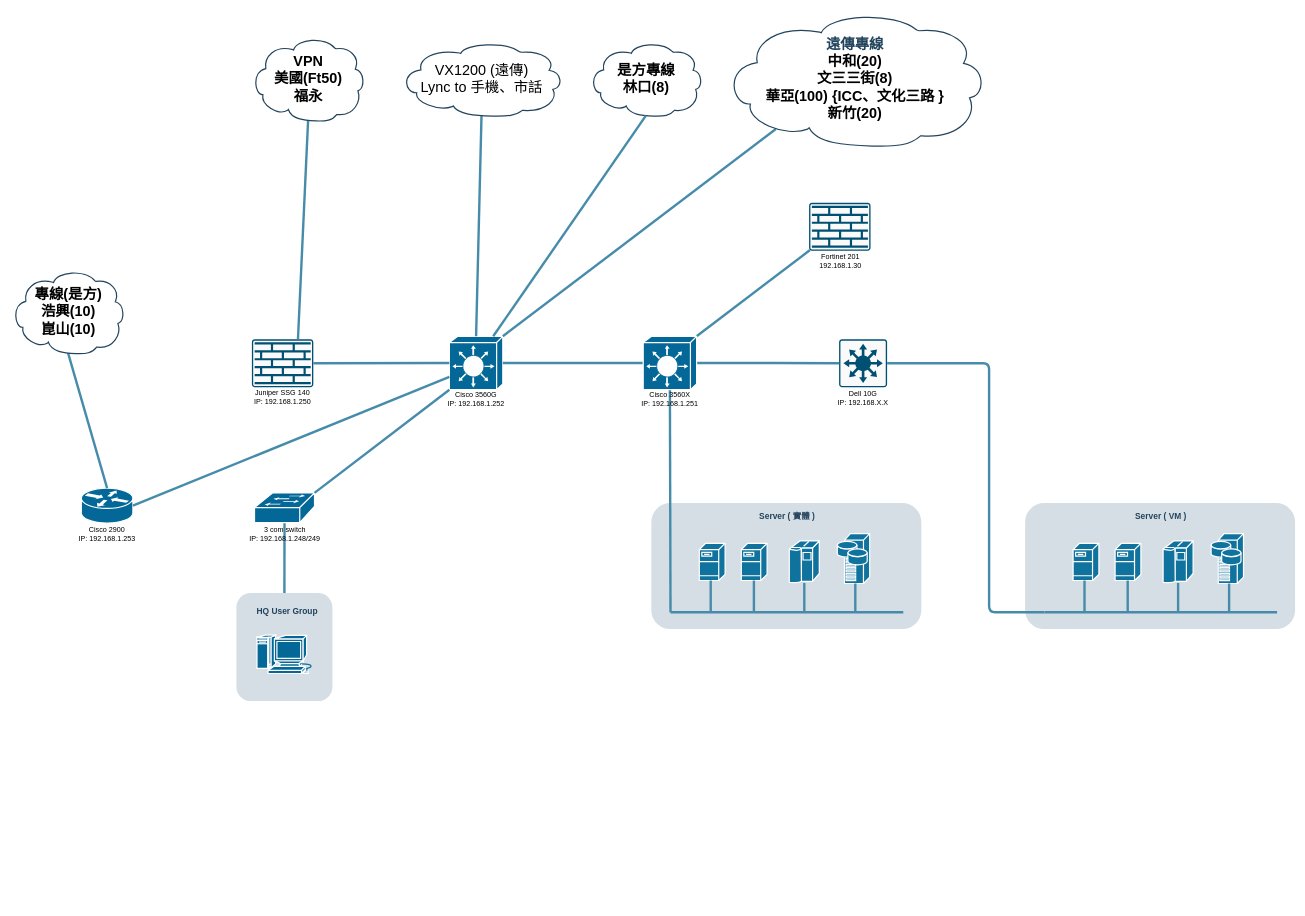
Before: HQ.drawio in KevinKuo2519/AI-Prpgram, a draw.io diagram. Source tidied: cells renumbered, new cells numbered last; positions are measured from the earlier drawing's top-left corner, leaving out a move shared by most shapes. Both pictures are drawn from the tidied source at 60%, with x=0, y=0 at pixel (11, 11).
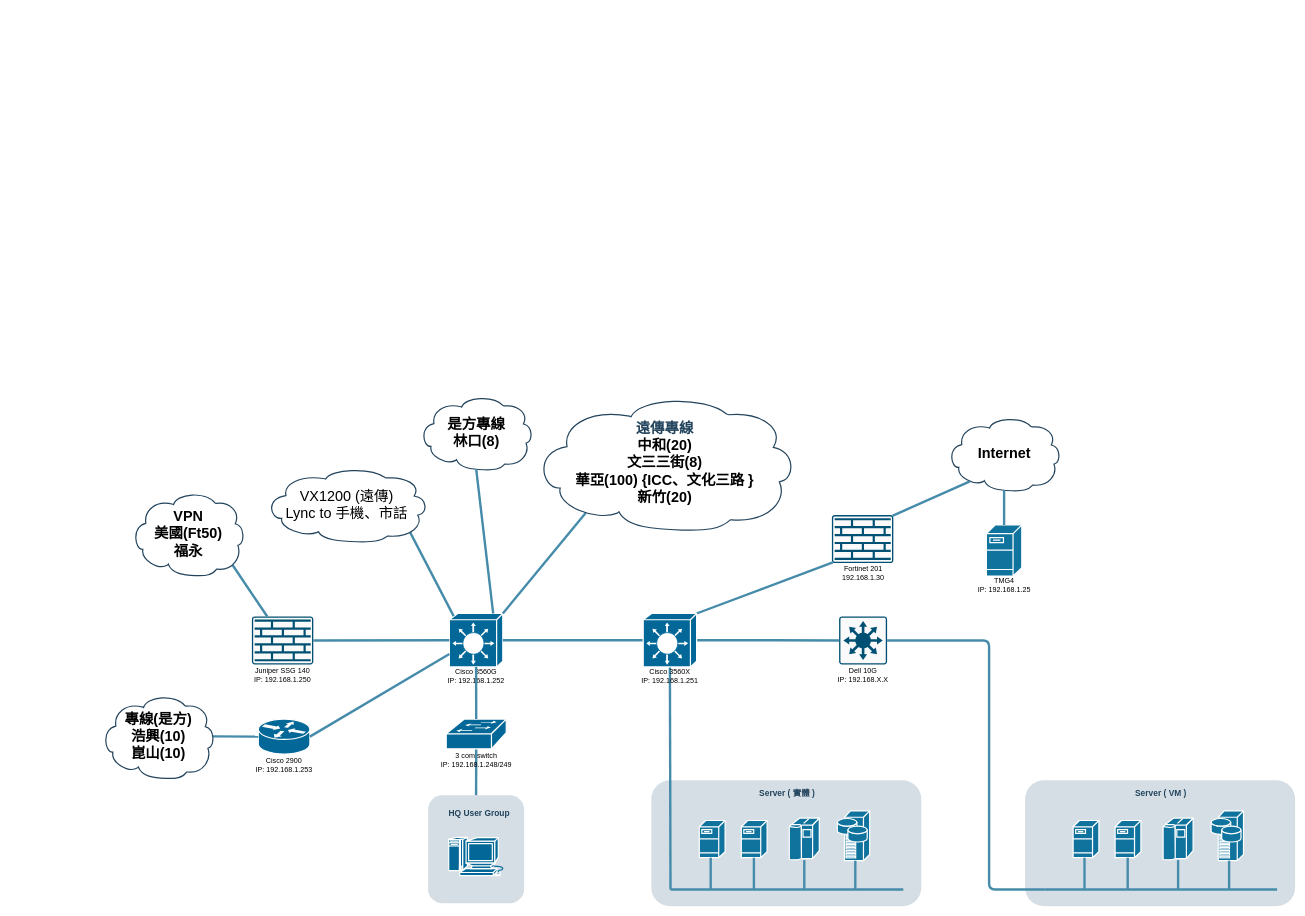
The same page after the edit.

Unchanged cells that the change refers to:
```xml
<mxCell id="16" style="sketch=0;points=[[0.015,0.015,0],[0.985,0.015,0],[0.985,0.985,0],[0.015,0.985,0],[0.25,0,0],[0.5,0,0],[0.75,0,0],[1,0.25,0],[1,0.5,0],[1,0.75,0],[0.75,1,0],[0.5,1,0],[0.25,1,0],[0,0.75,0],[0,0.5,0],[0,0.25,0]];verticalLabelPosition=bottom;html=1;verticalAlign=top;align=center;shape=mxgraph.cisco19.rect;prIcon=firewall;fillColor=#FAFAFA;strokeColor=#005073;" parent="15" vertex="1">
  <mxGeometry x="1.3" width="102.4" height="80" as="geometry" />
</mxCell>
<mxCell id="19" style="shape=mxgraph.cisco.switches.layer_3_switch;sketch=0;html=1;dashed=0;fillColor=#036897;strokeColor=#ffffff;strokeWidth=2;verticalLabelPosition=bottom;verticalAlign=top;align=center;outlineConnect=0;points=[[0,0.5,0,0,0],[0,0.76,0,0,0],[0,1,0,0,0],[0.08,0.05,0,0,0],[0.29,0,0,0,0],[0.5,0,0,0,0],[0.5,1,0,0,0],[0.82,0,0,0,0],[0.95,0.94,0,0,0],[1,0,0,0,0],[1,0.5,0,0,0]];" parent="18" vertex="1">
  <mxGeometry x="10.5" width="89" height="89" as="geometry" />
</mxCell>
<mxCell id="23" style="sketch=0;points=[[0.015,0.015,0],[0.985,0.015,0],[0.985,0.985,0],[0.015,0.985,0],[0.25,0,0],[0.5,0,0],[0.75,0,0],[1,0.25,0],[1,0.5,0],[1,0.75,0],[0.75,1,0],[0.5,1,0],[0.25,1,0],[0,0.75,0],[0,0.5,0],[0,0.25,0]];verticalLabelPosition=bottom;html=1;verticalAlign=top;align=center;shape=mxgraph.cisco19.rect;prIcon=l3_switch;fillColor=#FAFAFA;strokeColor=#005073;" parent="22" vertex="1">
  <mxGeometry x="5" width="80" height="80" as="geometry" />
</mxCell>
<mxCell id="28" style="shape=mxgraph.cisco.routers.router;sketch=0;html=1;dashed=0;fillColor=#036897;strokeColor=#ffffff;strokeWidth=2;verticalLabelPosition=bottom;verticalAlign=top;align=center;outlineConnect=0;" parent="27" vertex="1">
  <mxGeometry x="7" width="86" height="58.4" as="geometry" />
</mxCell>
<mxCell id="31" style="sketch=0;points=[[0.015,0.015,0],[0.985,0.015,0],[0.985,0.985,0],[0.015,0.985,0],[0.25,0,0],[0.5,0,0],[0.75,0,0],[1,0.25,0],[1,0.5,0],[1,0.75,0],[0.75,1,0],[0.5,1,0],[0.25,1,0],[0,0.75,0],[0,0.5,0],[0,0.25,0]];verticalLabelPosition=bottom;html=1;verticalAlign=top;align=center;shape=mxgraph.cisco19.rect;prIcon=firewall;fillColor=#FAFAFA;strokeColor=#005073;" parent="30" vertex="1">
  <mxGeometry x="0.5" width="102.4" height="80" as="geometry" />
</mxCell>
<mxCell id="41" style="line;html=1;strokeColor=#468CAA;" parent="35" vertex="1">
  <mxGeometry x="32" y="177" width="388" height="10" as="geometry" />
</mxCell>
<mxCell id="57" style="shape=mxgraph.cisco.switches.workgroup_switch;sketch=0;html=1;dashed=0;fillColor=#036897;strokeColor=#ffffff;strokeWidth=2;verticalLabelPosition=bottom;verticalAlign=top;align=center;outlineConnect=0;" parent="56" vertex="1">
  <mxGeometry x="12.2" width="100" height="49.5" as="geometry" />
</mxCell>
```

Diff of the diagram source:
```diff
@@
     <mxCell id="2" style="group;" parent="1" vertex="1">
-      <mxGeometry x="1067" y="820" width="450" height="210" as="geometry" />
+      <mxGeometry x="1067" y="1282" width="450" height="210" as="geometry" />
     </mxCell>
@@
     <mxCell id="15" style="group;" parent="1" vertex="1">
-      <mxGeometry x="400" y="547" width="105" height="112" as="geometry" />
+      <mxGeometry x="400" y="1009" width="105" height="112" as="geometry" />
     </mxCell>
@@
     <mxCell id="18" style="group;" parent="1" vertex="1">
-      <mxGeometry x="720" y="542" width="110" height="120" as="geometry" />
+      <mxGeometry x="720" y="1004" width="110" height="120" as="geometry" />
     </mxCell>
@@
     <mxCell id="22" style="group;" parent="1" vertex="1">
-      <mxGeometry x="1375" y="547" width="90" height="113" as="geometry" />
+      <mxGeometry x="1375" y="1009" width="90" height="113" as="geometry" />
     </mxCell>
@@
     <mxCell id="27" style="group;" parent="1" vertex="1">
-      <mxGeometry x="110" y="795" width="100" height="91" as="geometry" />
+      <mxGeometry x="405" y="1180" width="100" height="91" as="geometry" />
     </mxCell>
@@
     <mxCell id="30" style="group;" parent="1" vertex="1">
-      <mxGeometry x="1329.5" y="319.5" width="105" height="112" as="geometry" />
+      <mxGeometry x="1367.5" y="840" width="105" height="112" as="geometry" />
     </mxCell>
@@
     <mxCell id="35" style="group;" parent="1" vertex="1">
-      <mxGeometry x="1690" y="820" width="450" height="210" as="geometry" />
+      <mxGeometry x="1690" y="1282" width="450" height="210" as="geometry" />
     </mxCell>
@@
     <mxCell id="47" style="rounded=1;jettySize=auto;html=1;exitX=1;exitY=0.5;exitDx=0;exitDy=0;exitPerimeter=0;entryX=0;entryY=0.5;entryDx=0;entryDy=0;entryPerimeter=0;strokeWidth=4;strokeColor=#468CAA;edgeStyle=orthogonalEdgeStyle;endArrow=none;endFill=0;" parent="1" edge="1" source="23" target="41">
       <mxGeometry relative="1" as="geometry">
         <Array as="points">
-          <mxPoint x="1630" y="587" />
-          <mxPoint x="1630" y="1002" />
+          <mxPoint x="1630" y="1049" />
+          <mxPoint x="1630" y="1464" />
         </Array>
       </mxGeometry>
     </mxCell>
@@
     <mxCell id="49" value="&lt;p style=&quot;margin-top: 0pt; margin-bottom: 0pt; margin-left: 0in; direction: ltr; unicode-bidi: embed; word-break: normal; font-size: 23px;&quot;&gt;&lt;/p&gt;&lt;p style=&quot;margin-top: 0pt; margin-bottom: 0pt; margin-left: 0in; direction: ltr; unicode-bidi: embed; word-break: normal;&quot;&gt;遠傳專線&lt;/p&gt;&lt;span style=&quot;background-color: initial; font-size: 18pt; color: black;&quot;&gt;中和&lt;/span&gt;&lt;span style=&quot;background-color: initial; font-family: 微軟正黑體; color: black;&quot;&gt;(20)&lt;/span&gt;&lt;br&gt;&lt;span style=&quot;background-color: initial; font-size: 18pt; color: black;&quot;&gt;文三三街&lt;/span&gt;&lt;span style=&quot;background-color: initial; font-family: 微軟正黑體; color: black;&quot;&gt;(8)&lt;/span&gt;&lt;br&gt;&lt;p style=&quot;margin-top: 0pt; margin-bottom: 0pt; margin-left: 0in; direction: ltr; unicode-bidi: embed; word-break: normal;&quot;&gt;&lt;span style=&quot;font-size:18.0pt;&lt;br/&gt;font-family:微軟正黑體;mso-ascii-font-family:微軟正黑體;mso-fareast-font-family:微軟正黑體;&lt;br/&gt;mso-bidi-font-family:+mn-cs;mso-bidi-theme-font:minor-bidi;color:black;&lt;br/&gt;mso-color-index:1;mso-font-kerning:12.0pt;language:zh-TW;mso-style-textfill-type:&lt;br/&gt;solid;mso-style-textfill-fill-themecolor:text1;mso-style-textfill-fill-color:&lt;br/&gt;black;mso-style-textfill-fill-alpha:100.0%&quot;&gt;華亞&lt;/span&gt;&lt;span style=&quot;font-size:&lt;br/&gt;18.0pt;font-family:微軟正黑體;mso-ascii-font-family:微軟正黑體;mso-fareast-font-family:&lt;br/&gt;微軟正黑體;mso-bidi-font-family:+mn-cs;mso-bidi-theme-font:minor-bidi;color:black;&lt;br/&gt;mso-color-index:1;mso-font-kerning:12.0pt;language:en-US;mso-style-textfill-type:&lt;br/&gt;solid;mso-style-textfill-fill-themecolor:text1;mso-style-textfill-fill-color:&lt;br/&gt;black;mso-style-textfill-fill-alpha:100.0%&quot;&gt;(100)&lt;/span&gt;&lt;span style=&quot;font-size:&lt;br/&gt;18.0pt;font-family:微軟正黑體;mso-ascii-font-family:微軟正黑體;mso-fareast-font-family:&lt;br/&gt;微軟正黑體;mso-bidi-font-family:+mn-cs;mso-bidi-theme-font:minor-bidi;color:black;&lt;br/&gt;mso-color-index:1;mso-font-kerning:12.0pt;language:zh-TW;mso-style-textfill-type:&lt;br/&gt;solid;mso-style-textfill-fill-themecolor:text1;mso-style-textfill-fill-color:&lt;br/&gt;black;mso-style-textfill-fill-alpha:100.0%&quot;&gt; &lt;/span&gt;&lt;span style=&quot;font-size:&lt;br/&gt;18.0pt;font-family:微軟正黑體;mso-ascii-font-family:微軟正黑體;mso-fareast-font-family:&lt;br/&gt;微軟正黑體;mso-bidi-font-family:+mn-cs;mso-bidi-theme-font:minor-bidi;color:black;&lt;br/&gt;mso-color-index:1;mso-font-kerning:12.0pt;language:en-US;mso-style-textfill-type:&lt;br/&gt;solid;mso-style-textfill-fill-themecolor:text1;mso-style-textfill-fill-color:&lt;br/&gt;black;mso-style-textfill-fill-alpha:100.0%&quot;&gt;{ICC&lt;/span&gt;&lt;span style=&quot;font-size:&lt;br/&gt;18.0pt;font-family:微軟正黑體;mso-ascii-font-family:微軟正黑體;mso-fareast-font-family:&lt;br/&gt;微軟正黑體;mso-bidi-font-family:+mn-cs;mso-bidi-theme-font:minor-bidi;color:black;&lt;br/&gt;mso-color-index:1;mso-font-kerning:12.0pt;language:zh-TW;mso-style-textfill-type:&lt;br/&gt;solid;mso-style-textfill-fill-themecolor:text1;mso-style-textfill-fill-color:&lt;br/&gt;black;mso-style-textfill-fill-alpha:100.0%&quot;&gt;、文化三路 &lt;/span&gt;&lt;span style=&quot;font-size:18.0pt;font-family:微軟正黑體;mso-ascii-font-family:微軟正黑體;&lt;br/&gt;mso-fareast-font-family:微軟正黑體;mso-bidi-font-family:+mn-cs;mso-bidi-theme-font:&lt;br/&gt;minor-bidi;color:black;mso-color-index:1;mso-font-kerning:12.0pt;language:en-US;&lt;br/&gt;mso-style-textfill-type:solid;mso-style-textfill-fill-themecolor:text1;&lt;br/&gt;mso-style-textfill-fill-color:black;mso-style-textfill-fill-alpha:100.0%&quot;&gt;}&lt;/span&gt;&lt;/p&gt;&lt;p style=&quot;margin-top: 0pt; margin-bottom: 0pt; margin-left: 0in; direction: ltr; unicode-bidi: embed; word-break: normal;&quot;&gt;&lt;span style=&quot;background-color: initial; font-size: 18pt; font-family: 微軟正黑體; color: black;&quot;&gt;新竹&lt;/span&gt;&lt;span style=&quot;background-color: initial; font-size: 18pt; font-family: 微軟正黑體; color: black;&quot;&gt;(20)&lt;/span&gt;&lt;br&gt;&lt;/p&gt;" style="shape=mxgraph.cisco.storage.cloud;html=1;dashed=0;strokeColor=#23445D;fillColor=#ffffff;strokeWidth=2;fontFamily=Helvetica;fontSize=24;fontColor=#23445D;align=center;fontStyle=1;" parent="1" vertex="1">
-      <mxGeometry x="1187" width="438" height="226" as="geometry" />
+      <mxGeometry x="870" y="640" width="438" height="226" as="geometry" />
     </mxCell>
     <mxCell id="50" value="&lt;p style=&quot;margin-top: 0pt; margin-bottom: 0pt; margin-left: 0in; direction: ltr; unicode-bidi: embed; word-break: normal; font-size: 23px;&quot;&gt;&lt;/p&gt;&lt;p style=&quot;margin-top: 0pt; margin-bottom: 0pt; margin-left: 0in; direction: ltr; unicode-bidi: embed; word-break: normal;&quot;&gt;&lt;font color=&quot;#000000&quot;&gt;是方專線&lt;/font&gt;&lt;/p&gt;&lt;p style=&quot;margin-top: 0pt; margin-bottom: 0pt; margin-left: 0in; direction: ltr; unicode-bidi: embed; word-break: normal;&quot;&gt;&lt;span style=&quot;color: rgb(0, 0, 0); background-color: initial; font-size: 18pt;&quot;&gt;林口&lt;/span&gt;&lt;span style=&quot;color: rgb(0, 0, 0); background-color: initial; font-family: 微軟正黑體;&quot;&gt;(8)&lt;/span&gt;&lt;br&gt;&lt;/p&gt;" style="shape=mxgraph.cisco.storage.cloud;html=1;dashed=0;strokeColor=#23445D;fillColor=#ffffff;strokeWidth=2;fontFamily=Helvetica;fontSize=24;fontColor=#23445D;align=center;fontStyle=1;" parent="1" vertex="1">
-      <mxGeometry x="963" y="50.5" width="190" height="125" as="geometry" />
+      <mxGeometry x="680.2" y="640" width="190" height="125" as="geometry" />
     </mxCell>
@@
     <mxCell id="52" value="&lt;p style=&quot;margin-top: 0pt; margin-bottom: 0pt; margin-left: 0in; direction: ltr; unicode-bidi: embed; word-break: normal; font-size: 24px;&quot;&gt;&lt;br&gt;&lt;/p&gt;" style="text;html=1;align=center;verticalAlign=middle;strokeColor=none;fillColor=none;" parent="1" vertex="1">
-      <mxGeometry x="460" y="803" width="20" height="40" as="geometry" />
+      <mxGeometry x="779.5" y="1180" width="20" height="40" as="geometry" />
     </mxCell>
@@
-    <mxCell id="54" style="rounded=0;jettySize=auto;html=1;exitX=0.5;exitY=0.99;exitDx=0;exitDy=0;exitPerimeter=0;entryX=0.5;entryY=0;entryDx=0;entryDy=0;entryPerimeter=0;strokeColor=#468CAA;strokeWidth=4;endArrow=none;endFill=0;" parent="1" edge="1" source="55" target="19">
+    <mxCell id="54" style="rounded=0;jettySize=auto;html=1;exitX=0.89;exitY=0.87;exitDx=0;exitDy=0;exitPerimeter=0;entryX=0.08;entryY=0.05;entryDx=0;entryDy=0;entryPerimeter=0;strokeColor=#468CAA;strokeWidth=4;endArrow=none;endFill=0;" parent="1" edge="1" source="55" target="19">
       <mxGeometry relative="1" as="geometry" />
     </mxCell>
     <mxCell id="55" value="&lt;p style=&quot;margin-top: 0pt; margin-bottom: 0pt; margin-left: 0in; direction: ltr; unicode-bidi: embed; word-break: normal; font-size: 23px;&quot;&gt;&lt;/p&gt;&lt;p style=&quot;border-color: var(--border-color); color: rgb(0, 0, 0); font-weight: 400; margin-top: 0pt; margin-bottom: 0pt; margin-left: 0in; direction: ltr; unicode-bidi: embed; word-break: normal;&quot;&gt;&lt;font style=&quot;border-color: var(--border-color);&quot;&gt;VX1200&amp;nbsp;&lt;span style=&quot;border-color: var(--border-color); font-family: 微軟正黑體;&quot;&gt;(&lt;/span&gt;&lt;span style=&quot;border-color: var(--border-color); font-family: 微軟正黑體;&quot;&gt;遠傳&lt;/span&gt;&lt;span style=&quot;border-color: var(--border-color); font-family: 微軟正黑體;&quot;&gt;)&lt;/span&gt;&lt;/font&gt;&lt;/p&gt;&lt;p style=&quot;border-color: var(--border-color); color: rgb(0, 0, 0); font-weight: 400; margin-top: 0pt; margin-bottom: 0pt; margin-left: 0in; direction: ltr; unicode-bidi: embed; word-break: normal;&quot;&gt;&lt;font style=&quot;border-color: var(--border-color);&quot;&gt;Lync to&amp;nbsp;&lt;span style=&quot;border-color: var(--border-color); font-family: 微軟正黑體;&quot;&gt;手機、市話&lt;/span&gt;&lt;/font&gt;&lt;/p&gt;" style="shape=mxgraph.cisco.storage.cloud;html=1;dashed=0;strokeColor=#23445D;fillColor=#ffffff;strokeWidth=2;fontFamily=Helvetica;fontSize=24;fontColor=#23445D;align=center;fontStyle=1;" parent="1" vertex="1">
-      <mxGeometry x="648" y="50.5" width="272" height="125" as="geometry" />
+      <mxGeometry x="423" y="760" width="272" height="125" as="geometry" />
     </mxCell>
     <mxCell id="56" style="group;" parent="1" vertex="1">
-      <mxGeometry x="393.5" y="803" width="124.5" height="83" as="geometry" />
+      <mxGeometry x="713" y="1180" width="124.5" height="83" as="geometry" />
     </mxCell>
@@
-    <mxCell id="59" style="rounded=1;jettySize=auto;html=1;exitX=1;exitY=0;exitDx=0;exitDy=0;exitPerimeter=0;entryX=0;entryY=1;entryDx=0;entryDy=0;entryPerimeter=0;strokeColor=#468CAA;strokeWidth=4;endArrow=none;endFill=0;" parent="1" edge="1" source="57" target="19">
+    <mxCell id="59" style="rounded=1;jettySize=auto;html=1;exitX=0.5;exitY=0;exitDx=0;exitDy=0;exitPerimeter=0;entryX=0.5;entryY=1;entryDx=0;entryDy=0;entryPerimeter=0;strokeColor=#468CAA;strokeWidth=4;endArrow=none;endFill=0;" parent="1" edge="1" source="57" target="19">
       <mxGeometry relative="1" as="geometry" />
     </mxCell>
     <mxCell id="60" style="group;" parent="1" vertex="1">
-      <mxGeometry x="375.5" y="970" width="160" height="180" as="geometry" />
+      <mxGeometry x="695" y="1307" width="160" height="180" as="geometry" />
     </mxCell>
@@
     <mxCell id="64" style="group;" parent="1" vertex="1">
-      <mxGeometry x="1043" y="542" width="110" height="120" as="geometry" />
+      <mxGeometry x="1043" y="1004" width="110" height="120" as="geometry" />
     </mxCell>
@@
-    <mxCell id="67" style="rounded=1;jettySize=auto;html=1;exitX=0.5;exitY=0.99;exitDx=0;exitDy=0;exitPerimeter=0;entryX=0.75;entryY=0;entryDx=0;entryDy=0;entryPerimeter=0;strokeColor=#468CAA;strokeWidth=4;endArrow=none;endFill=0;" parent="1" edge="1" source="68" target="16">
+    <mxCell id="67" style="rounded=1;jettySize=auto;html=1;exitX=0.89;exitY=0.87;exitDx=0;exitDy=0;exitPerimeter=0;entryX=0.25;entryY=0;entryDx=0;entryDy=0;entryPerimeter=0;strokeColor=#468CAA;strokeWidth=4;endArrow=none;endFill=0;" parent="1" edge="1" source="68" target="16">
       <mxGeometry relative="1" as="geometry" />
     </mxCell>
     <mxCell id="68" value="&lt;p style=&quot;margin-top: 0pt; margin-bottom: 0pt; margin-left: 0in; direction: ltr; unicode-bidi: embed; word-break: normal; font-size: 23px;&quot;&gt;&lt;/p&gt;&lt;p style=&quot;margin-top: 0pt; margin-bottom: 0pt; margin-left: 0in; direction: ltr; unicode-bidi: embed; word-break: normal;&quot;&gt;&lt;font color=&quot;#000000&quot;&gt;VPN&lt;/font&gt;&lt;/p&gt;&lt;p style=&quot;margin-top: 0pt; margin-bottom: 0pt; margin-left: 0in; direction: ltr; unicode-bidi: embed; word-break: normal;&quot;&gt;&lt;font color=&quot;#000000&quot;&gt;&lt;span style=&quot;font-size: 18pt;&quot;&gt;美國&lt;/span&gt;&lt;span style=&quot;font-family: 微軟正黑體;&quot;&gt;(Ft50)&lt;/span&gt;&lt;/font&gt;&lt;/p&gt;&lt;p style=&quot;margin-top: 0pt; margin-bottom: 0pt; margin-left: 0in; direction: ltr; unicode-bidi: embed; word-break: normal;&quot;&gt;&lt;span style=&quot;color: rgb(0, 0, 0); font-size: 18pt; background-color: initial;&quot;&gt;福永&lt;/span&gt;&lt;font color=&quot;#000000&quot;&gt;&lt;br&gt;&lt;/font&gt;&lt;/p&gt;" style="shape=mxgraph.cisco.storage.cloud;html=1;dashed=0;strokeColor=#23445D;fillColor=#ffffff;strokeWidth=2;fontFamily=Helvetica;fontSize=24;fontColor=#23445D;align=center;fontStyle=1;" parent="1" vertex="1">
-      <mxGeometry x="400" y="42.2" width="190" height="141.5" as="geometry" />
+      <mxGeometry x="200" y="800" width="190" height="141.5" as="geometry" />
     </mxCell>
-    <mxCell id="69" style="rounded=1;jettySize=auto;html=1;exitX=0.5;exitY=0.99;exitDx=0;exitDy=0;exitPerimeter=0;entryX=0.5;entryY=0;entryDx=0;entryDy=0;entryPerimeter=0;endArrow=none;endFill=0;strokeColor=#468CAA;strokeWidth=4;" parent="1" edge="1" source="70" target="28">
+    <mxCell id="69" style="rounded=1;jettySize=auto;html=1;exitX=0.98;exitY=0.5;exitDx=0;exitDy=0;exitPerimeter=0;entryX=0;entryY=0.5;entryDx=0;entryDy=0;entryPerimeter=0;endArrow=none;endFill=0;strokeColor=#468CAA;strokeWidth=4;" parent="1" edge="1" source="70" target="28">
       <mxGeometry relative="1" as="geometry" />
     </mxCell>
     <mxCell id="70" value="&lt;p style=&quot;margin-top: 0pt; margin-bottom: 0pt; margin-left: 0in; direction: ltr; unicode-bidi: embed; word-break: normal; font-size: 23px;&quot;&gt;&lt;/p&gt;&lt;p style=&quot;margin-top: 0pt; margin-bottom: 0pt; margin-left: 0in; direction: ltr; unicode-bidi: embed; word-break: normal;&quot;&gt;&lt;font color=&quot;#000000&quot;&gt;專線&lt;span style=&quot;font-size: 18pt; font-family: 微軟正黑體;&quot;&gt;(&lt;/span&gt;&lt;span style=&quot;font-size: 18pt; font-family: 微軟正黑體;&quot;&gt;是方&lt;/span&gt;&lt;span style=&quot;font-size: 18pt; font-family: 微軟正黑體;&quot;&gt;)&lt;/span&gt;&lt;/font&gt;&lt;/p&gt;&lt;p style=&quot;margin-top: 0pt; margin-bottom: 0pt; margin-left: 0in; direction: ltr; unicode-bidi: embed; word-break: normal;&quot;&gt;&lt;font color=&quot;#000000&quot;&gt;&lt;span style=&quot;font-size: 18pt; font-family: 微軟正黑體;&quot;&gt;浩興&lt;/span&gt;&lt;span style=&quot;font-size: 18pt; font-family: 微軟正黑體;&quot;&gt;(10)&lt;/span&gt;&lt;/font&gt;&lt;/p&gt;&lt;p style=&quot;margin-top: 0pt; margin-bottom: 0pt; margin-left: 0in; direction: ltr; unicode-bidi: embed; word-break: normal;&quot;&gt;&lt;span style=&quot;color: rgb(0, 0, 0); background-color: initial; font-size: 18pt; font-family: 微軟正黑體;&quot;&gt;崑山&lt;/span&gt;&lt;span style=&quot;color: rgb(0, 0, 0); background-color: initial; font-size: 18pt; font-family: 微軟正黑體;&quot;&gt;(10)&lt;/span&gt;&lt;br&gt;&lt;/p&gt;" style="shape=mxgraph.cisco.storage.cloud;html=1;dashed=0;strokeColor=#23445D;fillColor=#ffffff;strokeWidth=2;fontFamily=Helvetica;fontSize=24;fontColor=#23445D;align=center;fontStyle=1;" parent="1" vertex="1">
-      <mxGeometry y="430" width="190" height="141.5" as="geometry" />
+      <mxGeometry x="150" y="1138" width="190" height="141.5" as="geometry" />
     </mxCell>
+    <mxCell id="71" value="&lt;p style=&quot;margin-top: 0pt; margin-bottom: 0pt; margin-left: 0in; direction: ltr; unicode-bidi: embed; word-break: normal; font-size: 23px;&quot;&gt;&lt;/p&gt;&lt;p style=&quot;margin-top: 0pt; margin-bottom: 0pt; margin-left: 0in; direction: ltr; unicode-bidi: embed; word-break: normal;&quot;&gt;&lt;font color=&quot;#000000&quot;&gt;Internet&lt;/font&gt;&lt;/p&gt;" style="shape=mxgraph.cisco.storage.cloud;html=1;dashed=0;strokeColor=#23445D;fillColor=#ffffff;strokeWidth=2;fontFamily=Helvetica;fontSize=24;fontColor=#23445D;align=center;fontStyle=1;" parent="1" vertex="1">
+      <mxGeometry x="1560" y="675" width="190" height="125" as="geometry" />
+    </mxCell>
+    <mxCell id="72" style="rounded=1;jettySize=auto;html=1;exitX=0.985;exitY=0.015;exitDx=0;exitDy=0;exitPerimeter=0;entryX=0.2;entryY=0.87;entryDx=0;entryDy=0;entryPerimeter=0;strokeColor=#468CAA;endArrow=none;endFill=0;strokeWidth=4;" parent="1" edge="1" source="31" target="71">
+      <mxGeometry relative="1" as="geometry" />
+    </mxCell>
+    <mxCell id="73" style="group;" parent="1" vertex="1">
+      <mxGeometry x="1602.5" y="856.5" width="105" height="115.5" as="geometry" />
+    </mxCell>
+    <mxCell id="74" style="shape=mxgraph.cisco.servers.fileserver;html=1;dashed=0;fillColor=#10739E;strokeColor=#ffffff;strokeWidth=2;verticalLabelPosition=bottom;verticalAlign=top;fontFamily=Helvetica;fontSize=36;fontColor=#FFB366;" parent="73" vertex="1">
+      <mxGeometry x="23" width="59" height="85" as="geometry" />
+    </mxCell>
+    <mxCell id="75" value="TMG4&lt;br&gt;IP: 192.168.1.25" style="text;html=1;strokeColor=none;fillColor=none;align=center;verticalAlign=middle;whiteSpace=wrap;rounded=0;" parent="73" vertex="1">
+      <mxGeometry y="85.5" width="105" height="30" as="geometry" />
+    </mxCell>
+    <mxCell id="76" style="rounded=1;jettySize=auto;html=1;exitX=0.5;exitY=0;exitDx=0;exitDy=0;exitPerimeter=0;entryX=0.5;entryY=0.99;entryDx=0;entryDy=0;entryPerimeter=0;endArrow=none;endFill=0;strokeColor=#468CAA;strokeWidth=4;" parent="1" edge="1" source="74" target="71">
+      <mxGeometry relative="1" as="geometry" />
+    </mxCell>
```
